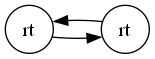
This is src/Transacciones.png from DiegVas/EDD_P1, a Graphviz export, as it was before one commit. Its source is kept beside it as src/Transacciones.dot.
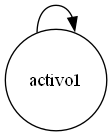
Later version of the same file.

Change to the diagram source:
```diff
@@ -1,8 +1,6 @@
 digraph G {
   rankdir=LR;
   node [shape=circle];
-  e9LV5MyxlqCoOs5 [label="rt"];
-  e9LV5MyxlqCoOs5 -> pYiLhFB00nXPn6h;
-  pYiLhFB00nXPn6h [label="rt"];
-  pYiLhFB00nXPn6h -> e9LV5MyxlqCoOs5;
+  i5LXR7q1B4HXgq3 [label="activo1"];
+  i5LXR7q1B4HXgq3 -> i5LXR7q1B4HXgq3;
 }
```
